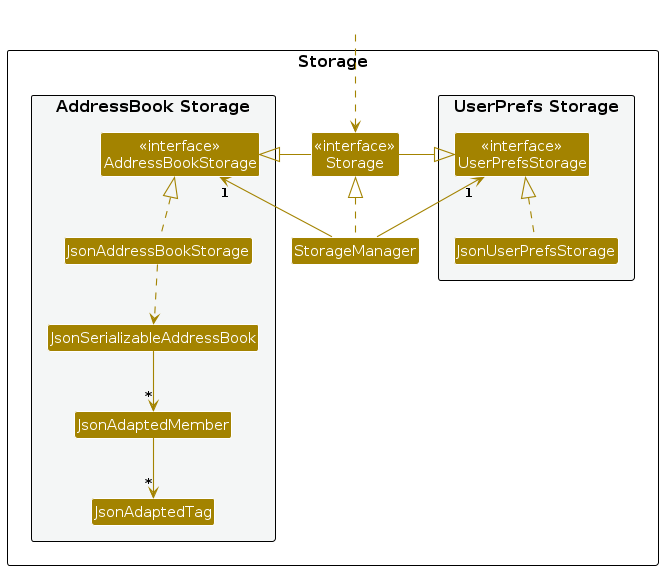
The PlantUML diagram diagrams/StorageClassDiagram.png in AY2526S1-CS2103T-T11-3/tp, before a commit. Its source is kept beside it as diagrams/StorageClassDiagram.puml.
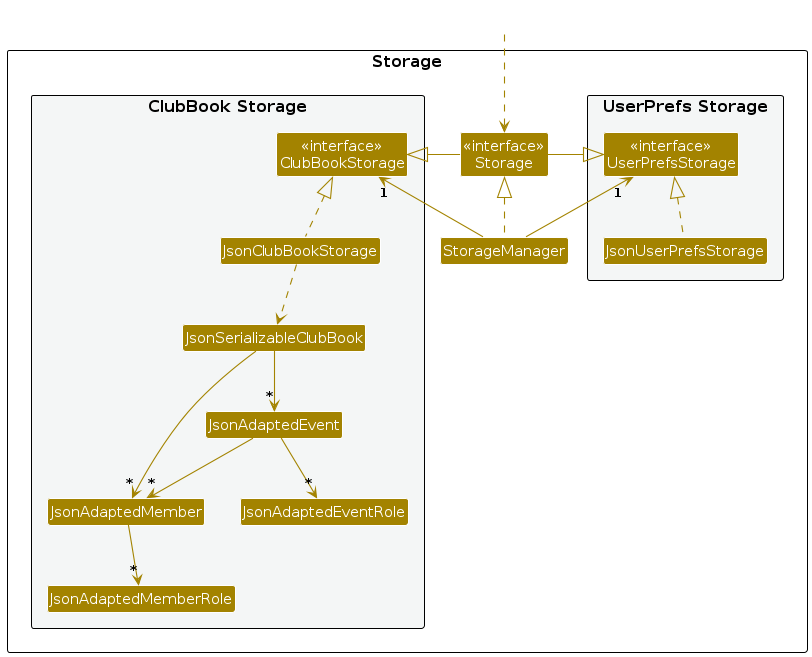
After the commit.

Change to the diagram source:
```diff
@@ -14,12 +14,14 @@
 Class "<<interface>>\nStorage" as Storage
 Class StorageManager
 
-package "AddressBook Storage" #F4F6F6{
-Class "<<interface>>\nAddressBookStorage" as AddressBookStorage
-Class JsonAddressBookStorage
-Class JsonSerializableAddressBook
+package "ClubBook Storage" #F4F6F6{
+Class "<<interface>>\nClubBookStorage" as ClubBookStorage
+Class JsonClubBookStorage
+Class JsonSerializableClubBook
 Class JsonAdaptedMember
-Class JsonAdaptedTag
+Class JsonAdaptedEvent
+Class JsonAdaptedEventRole
+Class JsonAdaptedMemberRole
 }
 
 }
@@ -29,15 +31,20 @@
 
 StorageManager .up.|> Storage
 StorageManager -up-> "1" UserPrefsStorage
-StorageManager -up-> "1" AddressBookStorage
+StorageManager -up-> "1" ClubBookStorage
 
 Storage -left-|> UserPrefsStorage
-Storage -right-|> AddressBookStorage
+Storage -right-|> ClubBookStorage
 
 JsonUserPrefsStorage .up.|> UserPrefsStorage
-JsonAddressBookStorage .up.|> AddressBookStorage
-JsonAddressBookStorage ..> JsonSerializableAddressBook
-JsonSerializableAddressBook --> "*" JsonAdaptedMember
-JsonAdaptedMember --> "*" JsonAdaptedTag
+JsonClubBookStorage .up.|> ClubBookStorage
+JsonClubBookStorage ..> JsonSerializableClubBook
+JsonSerializableClubBook --> "*" JsonAdaptedMember
+JsonSerializableClubBook --> "*" JsonAdaptedEvent
+JsonAdaptedEvent --> "*" JsonAdaptedEventRole
+JsonAdaptedEvent --> "*" JsonAdaptedMember
+JsonAdaptedMember --> "*" JsonAdaptedMemberRole
+
+
 
 @enduml
```
